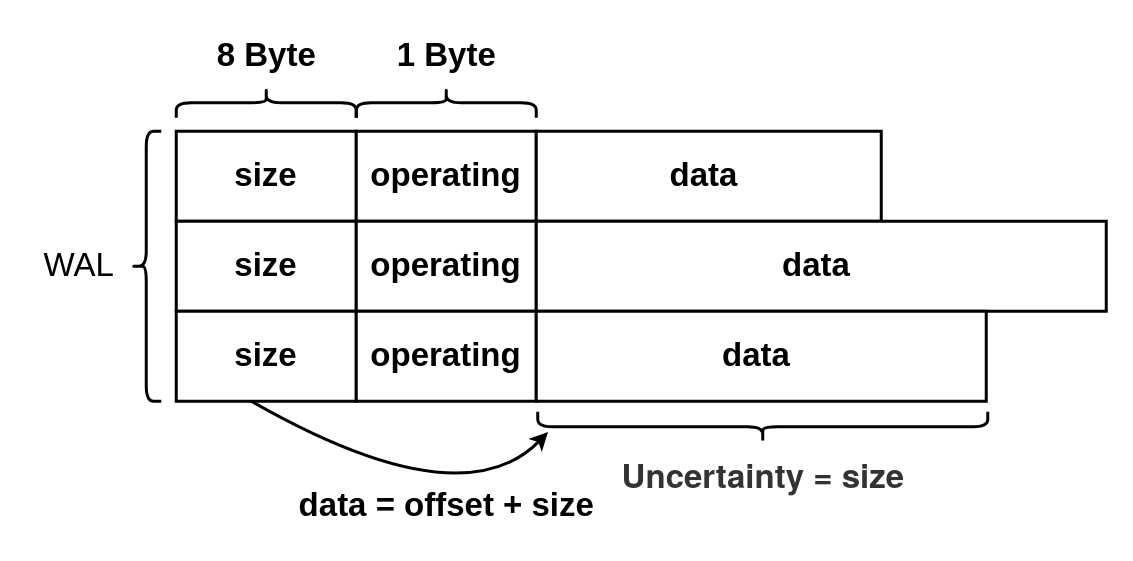
Earlier version of the draw.io diagram wal-file.drawio (auula/draw.io). Source tidied: cells renumbered, new cells numbered last; positions are measured from the earlier drawing's top-left corner, leaving out a move shared by most shapes. Both pictures are drawn from the tidied source at 150%, with x=0, y=0 at pixel (26, 12).
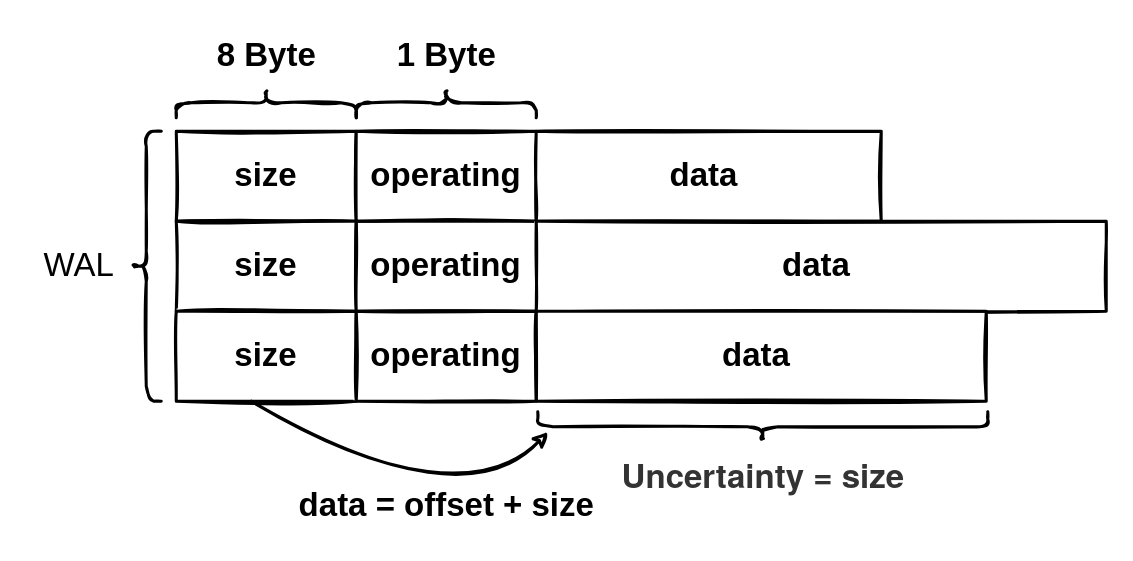
The same page after the edit.

What changed in the source:
```diff
@@
-    <mxCell id="2" style="group;" parent="1" vertex="1">
+    <mxCell id="2" style="group;sketch=1;" parent="1" vertex="1">
       <mxGeometry x="100" y="79" width="620" height="180" as="geometry" />
     </mxCell>
-    <mxCell id="3" value="&lt;span style=&quot;font-size: 22px;&quot;&gt;&lt;b&gt;size&lt;/b&gt;&lt;/span&gt;" style="rounded=0;whiteSpace=wrap;html=1;strokeWidth=2;" parent="2" vertex="1">
+    <mxCell id="3" value="&lt;span style=&quot;font-size: 22px;&quot;&gt;&lt;b&gt;size&lt;/b&gt;&lt;/span&gt;" style="rounded=0;whiteSpace=wrap;html=1;strokeWidth=2;sketch=1;" parent="2" vertex="1">
       <mxGeometry width="120" height="60" as="geometry" />
     </mxCell>
-    <mxCell id="4" value="&lt;span style=&quot;font-size: 22px;&quot;&gt;&lt;b&gt;operating&lt;/b&gt;&lt;/span&gt;" style="rounded=0;whiteSpace=wrap;html=1;strokeWidth=2;" parent="2" vertex="1">
+    <mxCell id="4" value="&lt;span style=&quot;font-size: 22px;&quot;&gt;&lt;b&gt;operating&lt;/b&gt;&lt;/span&gt;" style="rounded=0;whiteSpace=wrap;html=1;strokeWidth=2;sketch=1;" parent="2" vertex="1">
       <mxGeometry x="120" width="120" height="60" as="geometry" />
     </mxCell>
-    <mxCell id="5" value="&lt;span style=&quot;font-size: 22px;&quot;&gt;&lt;b&gt;data&amp;nbsp;&lt;/b&gt;&lt;/span&gt;" style="rounded=0;whiteSpace=wrap;html=1;strokeWidth=2;" parent="2" vertex="1">
+    <mxCell id="5" value="&lt;span style=&quot;font-size: 22px;&quot;&gt;&lt;b&gt;data&amp;nbsp;&lt;/b&gt;&lt;/span&gt;" style="rounded=0;whiteSpace=wrap;html=1;strokeWidth=2;sketch=1;" parent="2" vertex="1">
       <mxGeometry x="240" width="230" height="60" as="geometry" />
     </mxCell>
-    <mxCell id="6" value="&lt;span style=&quot;font-size: 22px;&quot;&gt;&lt;b&gt;size&lt;/b&gt;&lt;/span&gt;" style="rounded=0;whiteSpace=wrap;html=1;strokeWidth=2;" parent="2" vertex="1">
+    <mxCell id="6" value="&lt;span style=&quot;font-size: 22px;&quot;&gt;&lt;b&gt;size&lt;/b&gt;&lt;/span&gt;" style="rounded=0;whiteSpace=wrap;html=1;strokeWidth=2;sketch=1;" parent="2" vertex="1">
       <mxGeometry y="60" width="120" height="60" as="geometry" />
     </mxCell>
-    <mxCell id="7" value="&lt;span style=&quot;font-size: 22px;&quot;&gt;&lt;b&gt;operating&lt;/b&gt;&lt;/span&gt;" style="rounded=0;whiteSpace=wrap;html=1;strokeWidth=2;" parent="2" vertex="1">
+    <mxCell id="7" value="&lt;span style=&quot;font-size: 22px;&quot;&gt;&lt;b&gt;operating&lt;/b&gt;&lt;/span&gt;" style="rounded=0;whiteSpace=wrap;html=1;strokeWidth=2;sketch=1;" parent="2" vertex="1">
       <mxGeometry x="120" y="60" width="120" height="60" as="geometry" />
     </mxCell>
-    <mxCell id="8" value="&lt;span style=&quot;font-size: 22px;&quot;&gt;&lt;b&gt;data&amp;nbsp;&lt;/b&gt;&lt;/span&gt;" style="rounded=0;whiteSpace=wrap;html=1;strokeWidth=2;" parent="2" vertex="1">
+    <mxCell id="8" value="&lt;span style=&quot;font-size: 22px;&quot;&gt;&lt;b&gt;data&amp;nbsp;&lt;/b&gt;&lt;/span&gt;" style="rounded=0;whiteSpace=wrap;html=1;strokeWidth=2;sketch=1;" parent="2" vertex="1">
       <mxGeometry x="240" y="60" width="380" height="60" as="geometry" />
     </mxCell>
-    <mxCell id="9" value="&lt;span style=&quot;font-size: 22px;&quot;&gt;&lt;b&gt;size&lt;/b&gt;&lt;/span&gt;" style="rounded=0;whiteSpace=wrap;html=1;strokeWidth=2;" parent="2" vertex="1">
+    <mxCell id="9" value="&lt;span style=&quot;font-size: 22px;&quot;&gt;&lt;b&gt;size&lt;/b&gt;&lt;/span&gt;" style="rounded=0;whiteSpace=wrap;html=1;strokeWidth=2;sketch=1;" parent="2" vertex="1">
       <mxGeometry y="120" width="120" height="60" as="geometry" />
     </mxCell>
-    <mxCell id="10" value="&lt;span style=&quot;font-size: 22px;&quot;&gt;&lt;b&gt;operating&lt;/b&gt;&lt;/span&gt;" style="rounded=0;whiteSpace=wrap;html=1;strokeWidth=2;" parent="2" vertex="1">
+    <mxCell id="10" value="&lt;span style=&quot;font-size: 22px;&quot;&gt;&lt;b&gt;operating&lt;/b&gt;&lt;/span&gt;" style="rounded=0;whiteSpace=wrap;html=1;strokeWidth=2;sketch=1;" parent="2" vertex="1">
       <mxGeometry x="120" y="120" width="120" height="60" as="geometry" />
     </mxCell>
-    <mxCell id="11" value="&lt;span style=&quot;font-size: 22px;&quot;&gt;&lt;b&gt;data&amp;nbsp;&lt;/b&gt;&lt;/span&gt;" style="rounded=0;whiteSpace=wrap;html=1;strokeWidth=2;" parent="2" vertex="1">
+    <mxCell id="11" value="&lt;span style=&quot;font-size: 22px;&quot;&gt;&lt;b&gt;data&amp;nbsp;&lt;/b&gt;&lt;/span&gt;" style="rounded=0;whiteSpace=wrap;html=1;strokeWidth=2;sketch=1;" parent="2" vertex="1">
       <mxGeometry x="240" y="120" width="300" height="60" as="geometry" />
     </mxCell>
-    <mxCell id="12" style="shape=curlyBracket;whiteSpace=wrap;html=1;rounded=1;strokeWidth=2;fontSize=22;rotation=90;" parent="1" vertex="1">
+    <mxCell id="12" style="shape=curlyBracket;whiteSpace=wrap;html=1;rounded=1;strokeWidth=2;fontSize=22;rotation=90;sketch=1;" parent="1" vertex="1">
       <mxGeometry x="150" width="20" height="120" as="geometry" />
     </mxCell>
-    <mxCell id="13" value="&lt;b&gt;8 Byte&lt;/b&gt;" style="text;html=1;align=center;verticalAlign=middle;strokeColor=none;fillColor=none;fontSize=22;" parent="1" vertex="1">
+    <mxCell id="13" value="&lt;b&gt;8 Byte&lt;/b&gt;" style="text;html=1;align=center;verticalAlign=middle;strokeColor=none;fillColor=none;fontSize=22;sketch=1;" parent="1" vertex="1">
       <mxGeometry x="115" y="9" width="90" height="40" as="geometry" />
     </mxCell>
-    <mxCell id="14" style="shape=curlyBracket;whiteSpace=wrap;html=1;rounded=1;strokeWidth=2;fontSize=22;rotation=90;" parent="1" vertex="1">
+    <mxCell id="14" style="shape=curlyBracket;whiteSpace=wrap;html=1;rounded=1;strokeWidth=2;fontSize=22;rotation=90;sketch=1;" parent="1" vertex="1">
       <mxGeometry x="270" width="20" height="120" as="geometry" />
     </mxCell>
-    <mxCell id="15" value="&lt;b&gt;1 Byte&lt;/b&gt;" style="text;html=1;align=center;verticalAlign=middle;strokeColor=none;fillColor=none;fontSize=22;" parent="1" vertex="1">
+    <mxCell id="15" value="&lt;b&gt;1 Byte&lt;/b&gt;" style="text;html=1;align=center;verticalAlign=middle;strokeColor=none;fillColor=none;fontSize=22;sketch=1;" parent="1" vertex="1">
       <mxGeometry x="235" y="9" width="90" height="40" as="geometry" />
     </mxCell>
-    <mxCell id="16" style="shape=curlyBracket;whiteSpace=wrap;html=1;rounded=1;strokeWidth=2;fontSize=22;rotation=-90;" parent="1" vertex="1">
+    <mxCell id="16" style="shape=curlyBracket;whiteSpace=wrap;html=1;rounded=1;strokeWidth=2;fontSize=22;rotation=-90;sketch=1;" parent="1" vertex="1">
       <mxGeometry x="481" y="126" width="20" height="300" as="geometry" />
     </mxCell>
-    <mxCell id="17" value="&lt;span style=&quot;color: rgb(51, 51, 51); font-family: &amp;quot;Helvetica Neue&amp;quot;, Helvetica, Arial, &amp;quot;Hiragino Sans GB&amp;quot;, &amp;quot;Hiragino Sans GB W3&amp;quot;, &amp;quot;Microsoft YaHei UI&amp;quot;, &amp;quot;Microsoft YaHei&amp;quot;, sans-serif; text-align: start;&quot;&gt;&lt;b style=&quot;&quot;&gt;&lt;font style=&quot;font-size: 22px;&quot;&gt;Uncertainty = size&lt;/font&gt;&lt;/b&gt;&lt;/span&gt;" style="text;html=1;align=center;verticalAlign=middle;strokeColor=none;fillColor=none;fontSize=22;" parent="1" vertex="1">
+    <mxCell id="17" value="&lt;span style=&quot;color: rgb(51, 51, 51); font-family: &amp;quot;Helvetica Neue&amp;quot;, Helvetica, Arial, &amp;quot;Hiragino Sans GB&amp;quot;, &amp;quot;Hiragino Sans GB W3&amp;quot;, &amp;quot;Microsoft YaHei UI&amp;quot;, &amp;quot;Microsoft YaHei&amp;quot;, sans-serif; text-align: start;&quot;&gt;&lt;b style=&quot;&quot;&gt;&lt;font style=&quot;font-size: 22px;&quot;&gt;Uncertainty = size&lt;/font&gt;&lt;/b&gt;&lt;/span&gt;" style="text;html=1;align=center;verticalAlign=middle;strokeColor=none;fillColor=none;fontSize=22;sketch=1;" parent="1" vertex="1">
       <mxGeometry x="386" y="289" width="210" height="40" as="geometry" />
     </mxCell>
-    <mxCell id="18" style="shape=curlyBracket;whiteSpace=wrap;html=1;rounded=1;strokeWidth=2;fontSize=22;" parent="1" vertex="1">
+    <mxCell id="18" style="shape=curlyBracket;whiteSpace=wrap;html=1;rounded=1;strokeWidth=2;fontSize=22;sketch=1;" parent="1" vertex="1">
       <mxGeometry x="70" y="79" width="20" height="180" as="geometry" />
     </mxCell>
-    <mxCell id="19" value="WAL" style="text;html=1;align=center;verticalAlign=middle;strokeColor=none;fillColor=none;fontSize=22;" parent="1" vertex="1">
+    <mxCell id="19" value="WAL" style="text;html=1;align=center;verticalAlign=middle;strokeColor=none;fillColor=none;fontSize=22;sketch=1;" parent="1" vertex="1">
       <mxGeometry y="149" width="70" height="40" as="geometry" />
     </mxCell>
-    <mxCell id="20" style="curved=1;endArrow=classic;html=1;rounded=0;fontSize=22;strokeWidth=2;entryX=0.325;entryY=0.023;entryDx=0;entryDy=0;entryPerimeter=0;" parent="1" edge="1" target="16">
+    <mxCell id="20" style="curved=1;endArrow=classic;html=1;rounded=0;fontSize=22;strokeWidth=2;entryX=0.325;entryY=0.023;entryDx=0;entryDy=0;entryPerimeter=0;sketch=1;" parent="1" edge="1" target="16">
       <mxGeometry relative="1" as="geometry">
         <mxPoint x="150" y="259" as="sourcePoint" />
         <Array as="points">
           <mxPoint x="290" y="339" />
         </Array>
       </mxGeometry>
     </mxCell>
```
